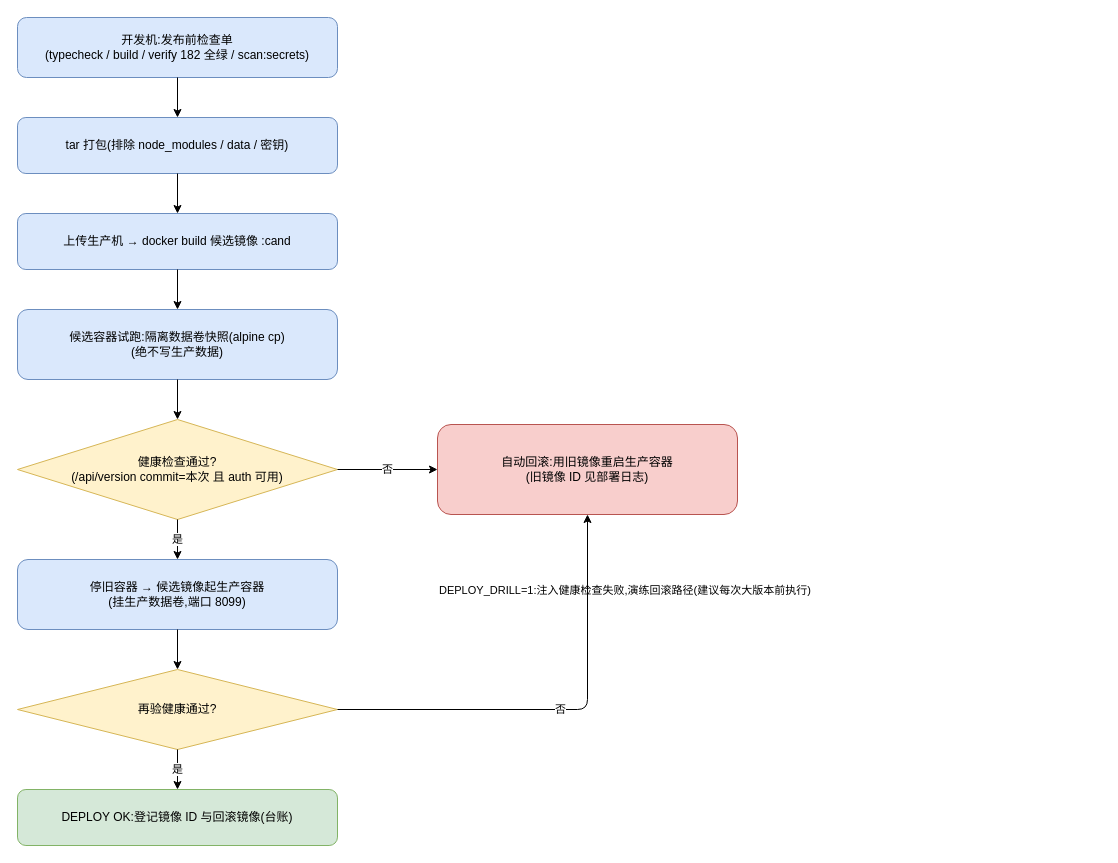
The draw.io diagram docs/diagrams/06-发布与回滚流程.drawio in apllozhang/MMBoard, before the edit. Source tidied: cells renumbered, new cells numbered last; positions are measured from the earlier drawing's top-left corner, leaving out a move shared by most shapes. Both pictures are drawn from the tidied source at 100%, with x=0, y=0 at pixel (17, 17).
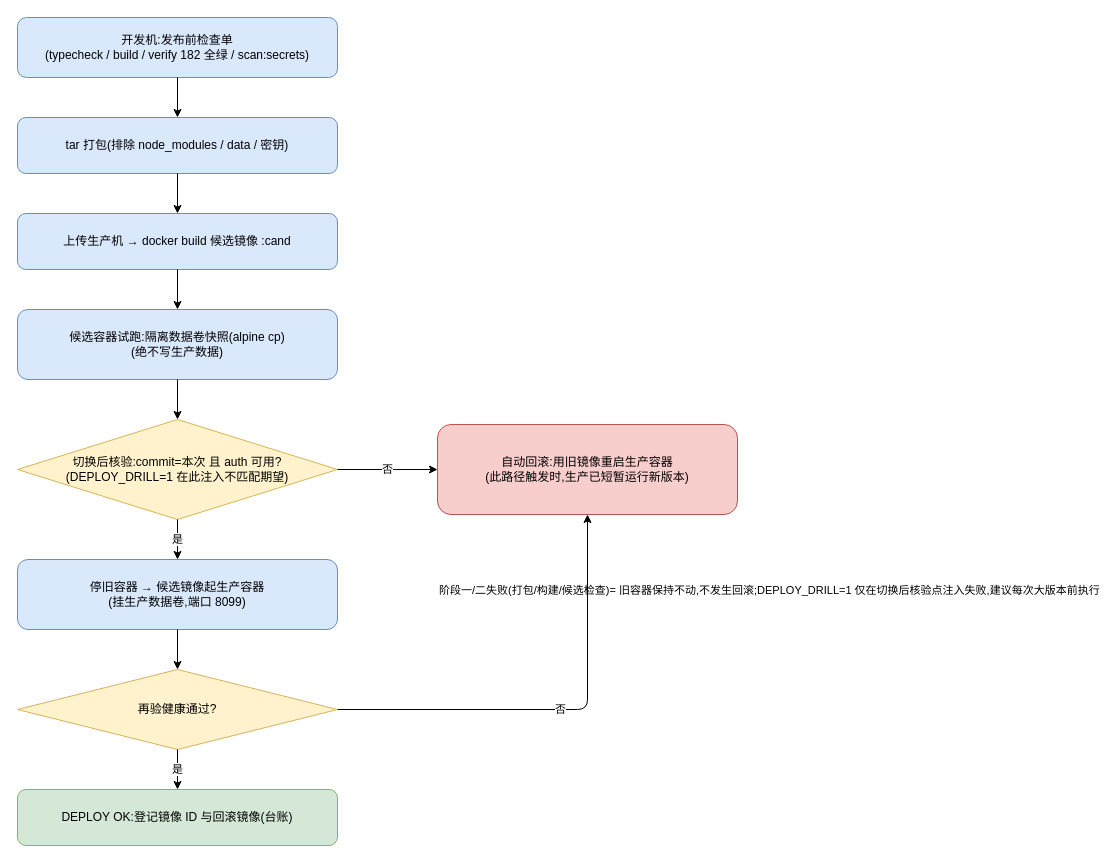
The same page after the edit.

Diff of the diagram source:
```diff
@@
-    <mxCell id="6" value="健康检查通过?&lt;br&gt;(/api/version commit=本次 且 auth 可用)" style="rhombus;whiteSpace=wrap;html=1;fillColor=#fff2cc;strokeColor=#d6b656;" parent="1" vertex="1">
+    <mxCell id="6" value="切换后核验:commit=本次 且 auth 可用?&lt;br&gt;(DEPLOY_DRILL=1 在此注入不匹配期望)" style="rhombus;whiteSpace=wrap;html=1;fillColor=#fff2cc;strokeColor=#d6b656;" parent="1" vertex="1">
       <mxGeometry y="402" width="320" height="100" as="geometry" />
     </mxCell>
-    <mxCell id="7" value="自动回滚:用旧镜像重启生产容器&lt;br&gt;(旧镜像 ID 见部署日志)" style="rounded=1;whiteSpace=wrap;html=1;fillColor=#f8cecc;strokeColor=#b85450;" parent="1" vertex="1">
+    <mxCell id="7" value="自动回滚:用旧镜像重启生产容器&lt;br&gt;(此路径触发时,生产已短暂运行新版本)" style="rounded=1;whiteSpace=wrap;html=1;fillColor=#f8cecc;strokeColor=#b85450;" parent="1" vertex="1">
       <mxGeometry x="420" y="407" width="300" height="90" as="geometry" />
     </mxCell>
@@
-    <mxCell id="11" value="DEPLOY_DRILL=1:注入健康检查失败,演练回滚路径(建议每次大版本前执行)" style="text;html=1;align=left;fontSize=11;" parent="1" vertex="1">
-      <mxGeometry x="420" y="560" width="320" height="60" as="geometry" />
+    <mxCell id="11" value="阶段一/二失败(打包/构建/候选检查)= 旧容器保持不动,不发生回滚;DEPLOY_DRILL=1 仅在切换后核验点注入失败,建议每次大版本前执行" style="text;html=1;align=left;fontSize=11;" parent="1" vertex="1">
+      <mxGeometry x="420" y="560" width="320" height="80" as="geometry" />
     </mxCell>
```
